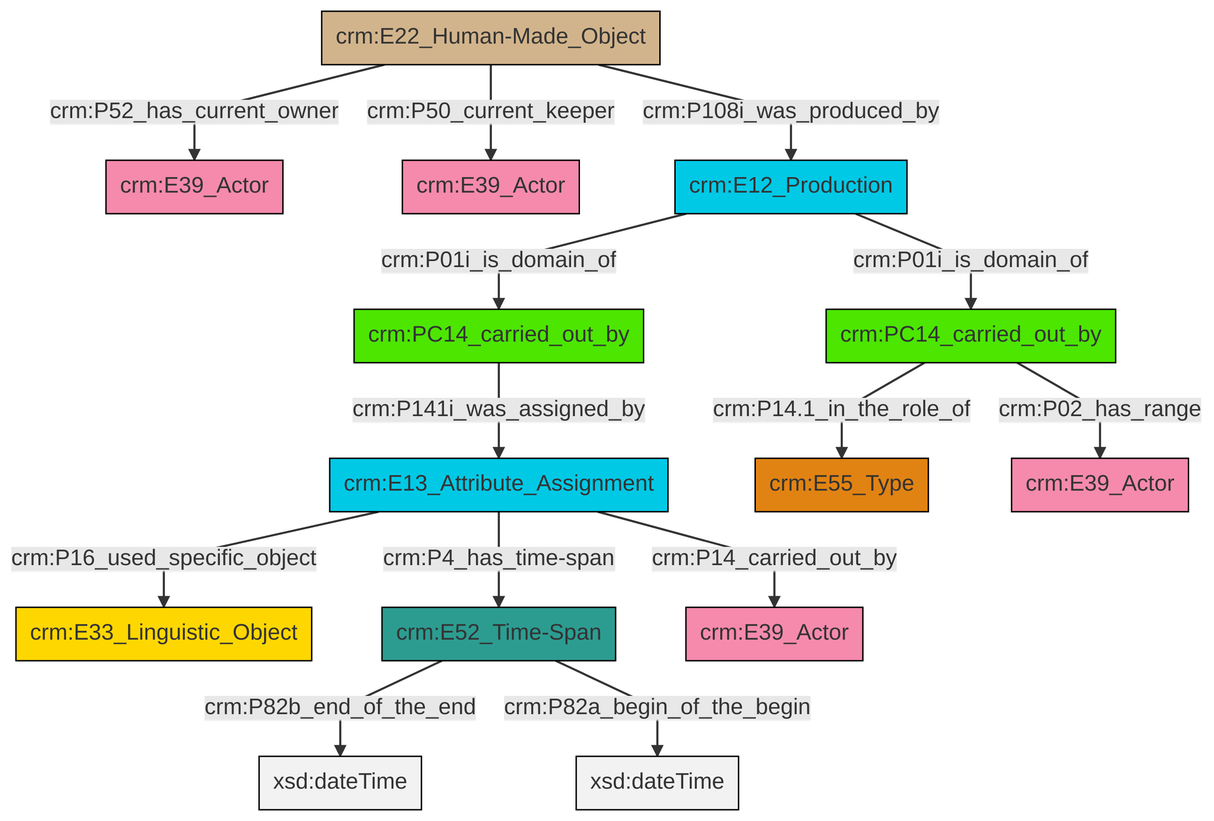
Earlier version of the Mermaid export et/carrierCSV/ttl/mmd/png/carrier_relations.png (swiss-art-research-net/docs.swissartresearch). Its source is kept beside it as et/carrierCSV/ttl/mmd/carrier_relations.ttl.mmd. The source it was exported from:
```mermaid
graph TD
classDef Literal fill:#f2f2f2,stroke:#000000;
classDef CRM_Entity fill:#FFFFFF,stroke:#000000;
classDef Temporal_Entity fill:#00C9E6, stroke:#000000;
classDef Type fill:#E18312, stroke:#000000;
classDef Time-Span fill:#2C9C91, stroke:#000000;
classDef Appellation fill:#FFEB7F, stroke:#000000;
classDef Place fill:#008836, stroke:#000000;
classDef Persistent_Item fill:#B266B2, stroke:#000000;
classDef Conceptual_Object fill:#FFD700, stroke:#000000;
classDef Physical_Thing fill:#D2B48C, stroke:#000000;
classDef Actor fill:#f58aad, stroke:#000000;
classDef PC_Classes fill:#4ce600, stroke:#000000;
classDef Multi fill:#cccccc,stroke:#000000;

0["crm:E52_Time-Span"]:::Time-Span -->|crm:P82b_end_of_the_end| 1[xsd:dateTime]:::Literal
4["crm:E22_Human-Made_Object"]:::Physical_Thing -->|crm:P52_has_current_owner| 5["crm:E39_Actor"]:::Actor
8["crm:E13_Attribute_Assignment"]:::Temporal_Entity -->|crm:P16_used_specific_object| 9["crm:E33_Linguistic_Object"]:::Conceptual_Object
8["crm:E13_Attribute_Assignment"]:::Temporal_Entity -->|crm:P4_has_time-span| 0["crm:E52_Time-Span"]:::Time-Span
11["crm:E12_Production"]:::Temporal_Entity -->|crm:P01i_is_domain_of| 12["crm:PC14_carried_out_by"]:::PC_Classes
4["crm:E22_Human-Made_Object"]:::Physical_Thing -->|crm:P50_current_keeper| 6["crm:E39_Actor"]:::Actor
0["crm:E52_Time-Span"]:::Time-Span -->|crm:P82a_begin_of_the_begin| 13[xsd:dateTime]:::Literal
8["crm:E13_Attribute_Assignment"]:::Temporal_Entity -->|crm:P14_carried_out_by| 14["crm:E39_Actor"]:::Actor
15["crm:PC14_carried_out_by"]:::PC_Classes -->|crm:P14.1_in_the_role_of| 17["crm:E55_Type"]:::Type
4["crm:E22_Human-Made_Object"]:::Physical_Thing -->|crm:P108i_was_produced_by| 11["crm:E12_Production"]:::Temporal_Entity
11["crm:E12_Production"]:::Temporal_Entity -->|crm:P01i_is_domain_of| 15["crm:PC14_carried_out_by"]:::PC_Classes
15["crm:PC14_carried_out_by"]:::PC_Classes -->|crm:P02_has_range| 2["crm:E39_Actor"]:::Actor
12["crm:PC14_carried_out_by"]:::PC_Classes -->|crm:P141i_was_assigned_by| 8["crm:E13_Attribute_Assignment"]:::Temporal_Entity
```
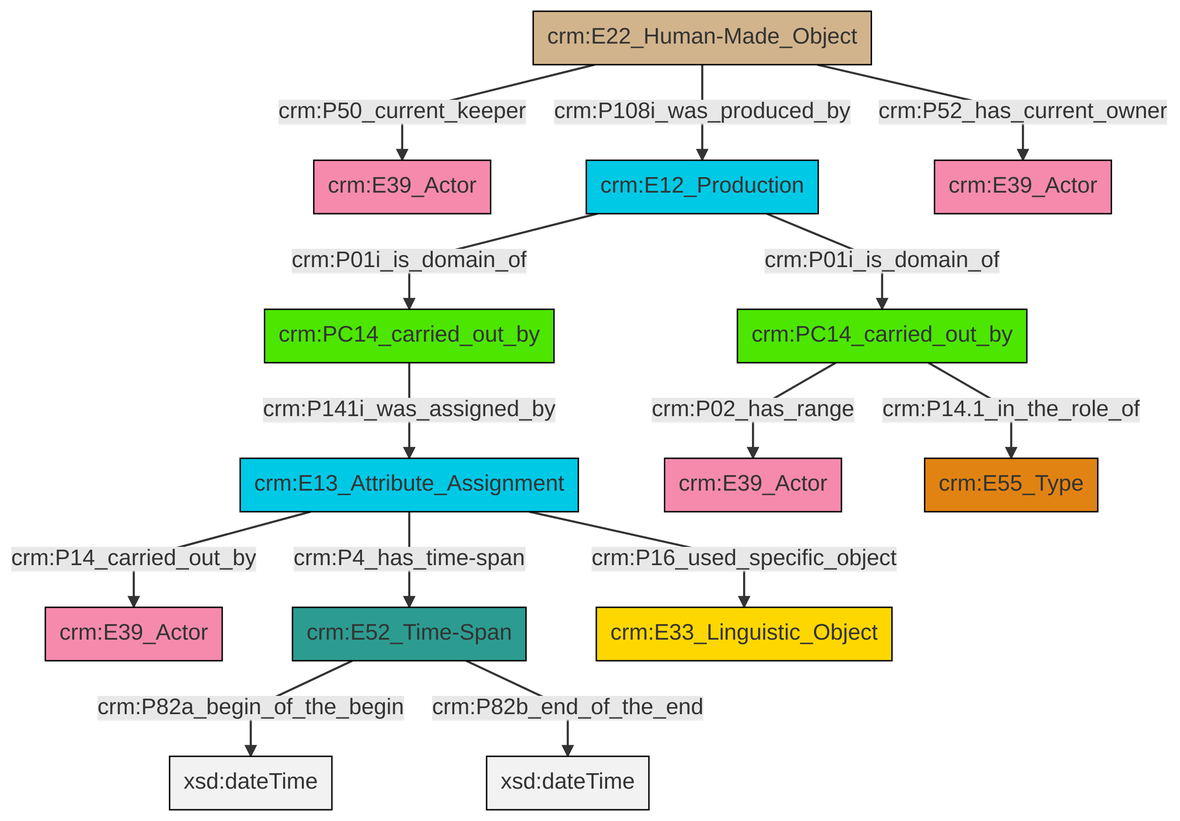
The same file after the commit.

Change to the diagram source:
```diff
@@ -13,16 +13,16 @@
 classDef PC_Classes fill:#4ce600, stroke:#000000;
 classDef Multi fill:#cccccc,stroke:#000000;
 
-0["crm:E52_Time-Span"]:::Time-Span -->|crm:P82b_end_of_the_end| 1[xsd:dateTime]:::Literal
-4["crm:E22_Human-Made_Object"]:::Physical_Thing -->|crm:P52_has_current_owner| 5["crm:E39_Actor"]:::Actor
-8["crm:E13_Attribute_Assignment"]:::Temporal_Entity -->|crm:P16_used_specific_object| 9["crm:E33_Linguistic_Object"]:::Conceptual_Object
-8["crm:E13_Attribute_Assignment"]:::Temporal_Entity -->|crm:P4_has_time-span| 0["crm:E52_Time-Span"]:::Time-Span
-11["crm:E12_Production"]:::Temporal_Entity -->|crm:P01i_is_domain_of| 12["crm:PC14_carried_out_by"]:::PC_Classes
-4["crm:E22_Human-Made_Object"]:::Physical_Thing -->|crm:P50_current_keeper| 6["crm:E39_Actor"]:::Actor
-0["crm:E52_Time-Span"]:::Time-Span -->|crm:P82a_begin_of_the_begin| 13[xsd:dateTime]:::Literal
-8["crm:E13_Attribute_Assignment"]:::Temporal_Entity -->|crm:P14_carried_out_by| 14["crm:E39_Actor"]:::Actor
-15["crm:PC14_carried_out_by"]:::PC_Classes -->|crm:P14.1_in_the_role_of| 17["crm:E55_Type"]:::Type
-4["crm:E22_Human-Made_Object"]:::Physical_Thing -->|crm:P108i_was_produced_by| 11["crm:E12_Production"]:::Temporal_Entity
-11["crm:E12_Production"]:::Temporal_Entity -->|crm:P01i_is_domain_of| 15["crm:PC14_carried_out_by"]:::PC_Classes
-15["crm:PC14_carried_out_by"]:::PC_Classes -->|crm:P02_has_range| 2["crm:E39_Actor"]:::Actor
-12["crm:PC14_carried_out_by"]:::PC_Classes -->|crm:P141i_was_assigned_by| 8["crm:E13_Attribute_Assignment"]:::Temporal_Entity
+4["crm:E13_Attribute_Assignment"]:::Temporal_Entity -->|crm:P4_has_time-span| 5["crm:E52_Time-Span"]:::Time-Span
+6["crm:E12_Production"]:::Temporal_Entity -->|crm:P01i_is_domain_of| 7["crm:PC14_carried_out_by"]:::PC_Classes
+5["crm:E52_Time-Span"]:::Time-Span -->|crm:P82a_begin_of_the_begin| 14[xsd:dateTime]:::Literal
+4["crm:E13_Attribute_Assignment"]:::Temporal_Entity -->|crm:P16_used_specific_object| 12["crm:E33_Linguistic_Object"]:::Conceptual_Object
+8["crm:PC14_carried_out_by"]:::PC_Classes -->|crm:P14.1_in_the_role_of| 17["crm:E55_Type"]:::Type
+6["crm:E12_Production"]:::Temporal_Entity -->|crm:P01i_is_domain_of| 8["crm:PC14_carried_out_by"]:::PC_Classes
+5["crm:E52_Time-Span"]:::Time-Span -->|crm:P82b_end_of_the_end| 21[xsd:dateTime]:::Literal
+8["crm:PC14_carried_out_by"]:::PC_Classes -->|crm:P02_has_range| 10["crm:E39_Actor"]:::Actor
+19["crm:E22_Human-Made_Object"]:::Physical_Thing -->|crm:P50_current_keeper| 0["crm:E39_Actor"]:::Actor
+19["crm:E22_Human-Made_Object"]:::Physical_Thing -->|crm:P52_has_current_owner| 15["crm:E39_Actor"]:::Actor
+4["crm:E13_Attribute_Assignment"]:::Temporal_Entity -->|crm:P14_carried_out_by| 2["crm:E39_Actor"]:::Actor
+19["crm:E22_Human-Made_Object"]:::Physical_Thing -->|crm:P108i_was_produced_by| 6["crm:E12_Production"]:::Temporal_Entity
+7["crm:PC14_carried_out_by"]:::PC_Classes -->|crm:P141i_was_assigned_by| 4["crm:E13_Attribute_Assignment"]:::Temporal_Entity
```
